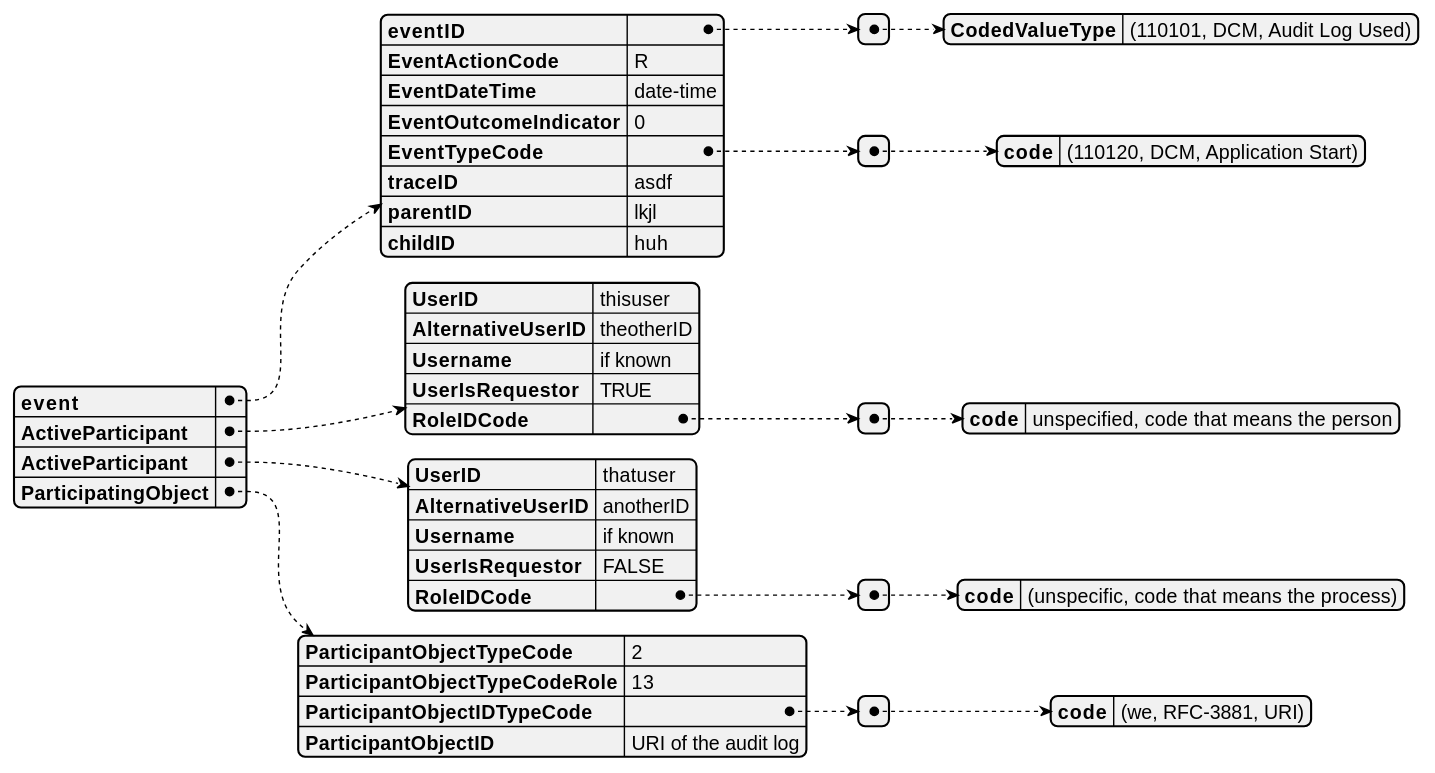
This is diagrams/audit-log-used.svg from rjhorniii/wg14-audit-etc, a PlantUML export, as it was before one commit. The source it was exported from:
```plantuml
@startjson
{
	"event": {
	   "eventID" : [
	       { "CodedValueType" : "(110101, DCM, Audit Log Used)"}
	       ],
	   "EventActionCode": "R",
	   "EventDateTime" : "date-time",
	   "EventOutcomeIndicator": "0",
	   "EventTypeCode" : [
	   	{ "code" : "(110120, DCM, Application Start)"}
		],
	   "traceID" : "asdf",
	   "parentID" : "lkjl",
	   "childID" : "huh"
	   },
	"ActiveParticipant" : {
	   "UserID" : "thisuser",
	   "AlternativeUserID" : "theotherID",
	   "Username" : "if known",
	   "UserIsRequestor" : "TRUE",
	   "RoleIDCode" : [
	   	{ "code" : "unspecified, code that means the person"}
		]
	   },
	"ActiveParticipant" : {
	   "UserID" : "thatuser",
	   "AlternativeUserID" : "anotherID",
	   "Username" : "if known",
	   "UserIsRequestor" : "FALSE",
	   "RoleIDCode" : [
	   	{ "code" : "(unspecific, code that means the process)"}
		]
	   },
	"ParticipatingObject" : {
	   "ParticipantObjectTypeCode" : 2,
	   "ParticipantObjectTypeCodeRole" : 13,
	   "ParticipantObjectIDTypeCode" : [
	       { "code" : "(we, RFC-3881, URI)"}
	       ],
	   "ParticipantObjectID" : "URI of the audit log"
	   }
}
@endjson
```
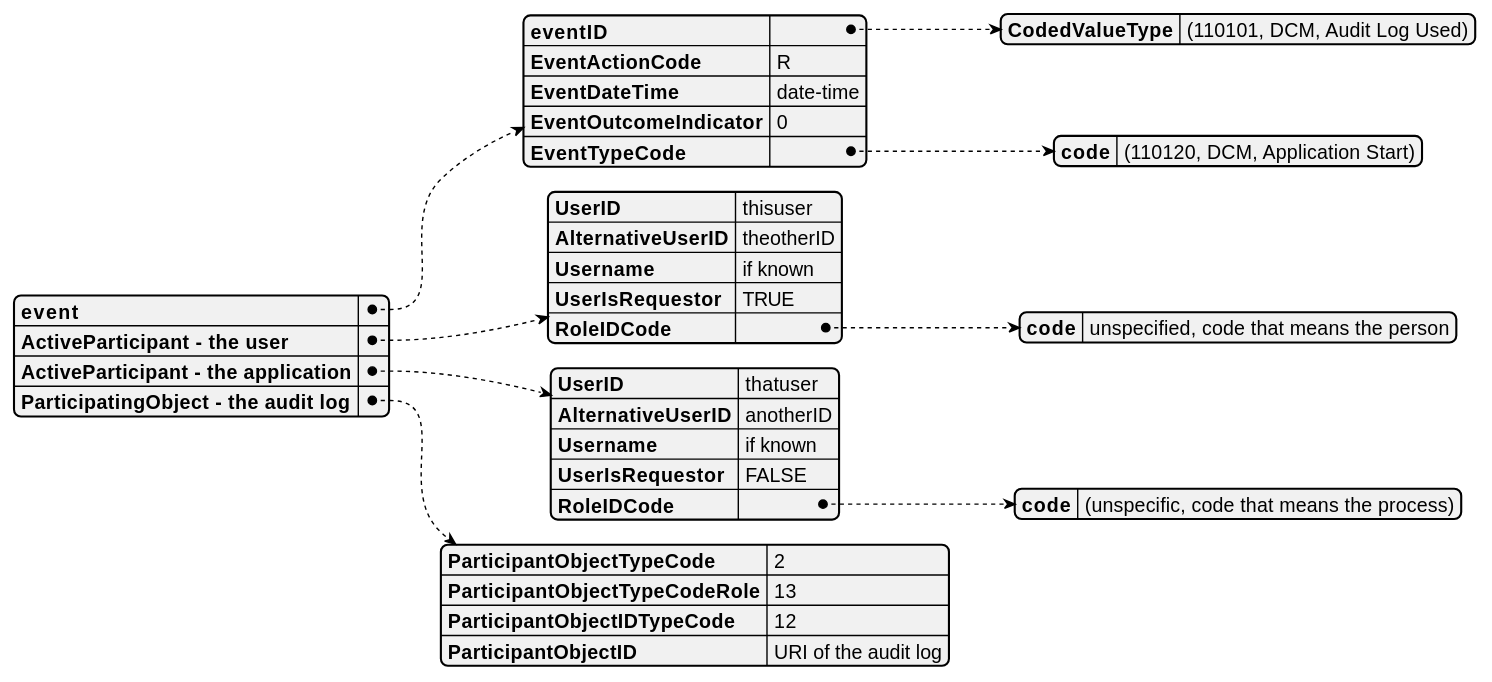
Above is the later version.

Change to the diagram source:
```diff
@@ -1,43 +1,30 @@
 @startjson
 {
 	"event": {
-	   "eventID" : [
-	       { "CodedValueType" : "(110101, DCM, Audit Log Used)"}
-	       ],
+	   "eventID" : { "CodedValueType" : "(110101, DCM, Audit Log Used)"},
 	   "EventActionCode": "R",
 	   "EventDateTime" : "date-time",
 	   "EventOutcomeIndicator": "0",
-	   "EventTypeCode" : [
-	   	{ "code" : "(110120, DCM, Application Start)"}
-		],
-	   "traceID" : "asdf",
-	   "parentID" : "lkjl",
-	   "childID" : "huh"
+	   "EventTypeCode" : { "code" : "(110120, DCM, Application Start)"}
 	   },
-	"ActiveParticipant" : {
+	"ActiveParticipant - the user" : {
 	   "UserID" : "thisuser",
 	   "AlternativeUserID" : "theotherID",
 	   "Username" : "if known",
 	   "UserIsRequestor" : "TRUE",
-	   "RoleIDCode" : [
-	   	{ "code" : "unspecified, code that means the person"}
-		]
+	   "RoleIDCode" : { "code" : "unspecified, code that means the person"}
 	   },
-	"ActiveParticipant" : {
+	"ActiveParticipant - the application" : {
 	   "UserID" : "thatuser",
 	   "AlternativeUserID" : "anotherID",
 	   "Username" : "if known",
 	   "UserIsRequestor" : "FALSE",
-	   "RoleIDCode" : [
-	   	{ "code" : "(unspecific, code that means the process)"}
-		]
+	   "RoleIDCode" : { "code" : "(unspecific, code that means the process)"}
 	   },
-	"ParticipatingObject" : {
+	"ParticipatingObject - the audit log" : {
 	   "ParticipantObjectTypeCode" : 2,
 	   "ParticipantObjectTypeCodeRole" : 13,
-	   "ParticipantObjectIDTypeCode" : [
-	       { "code" : "(we, RFC-3881, URI)"}
-	       ],
+	   "ParticipantObjectIDTypeCode" : 12,
 	   "ParticipantObjectID" : "URI of the audit log"
 	   }
 }
```
